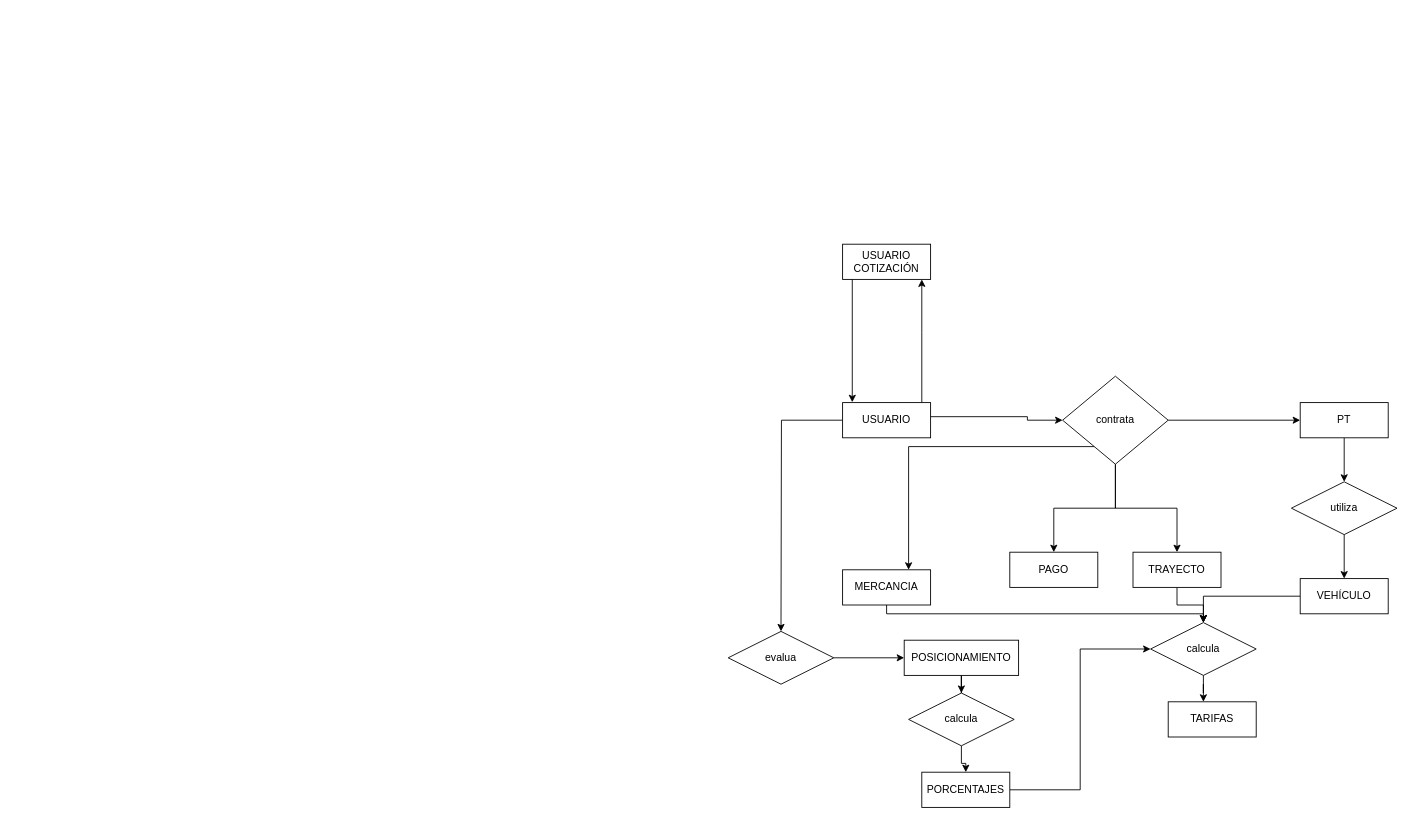
The draw.io diagram Diagrama sin título.drawio in projects-assignments/mudapp-mudanzabiw, before the edit. Source tidied: cells renumbered, new cells numbered last; positions are measured from the earlier drawing's top-left corner, leaving out a move shared by most shapes. Both pictures are drawn from the tidied source at 88%, with x=0, y=0 at pixel (728, 244).
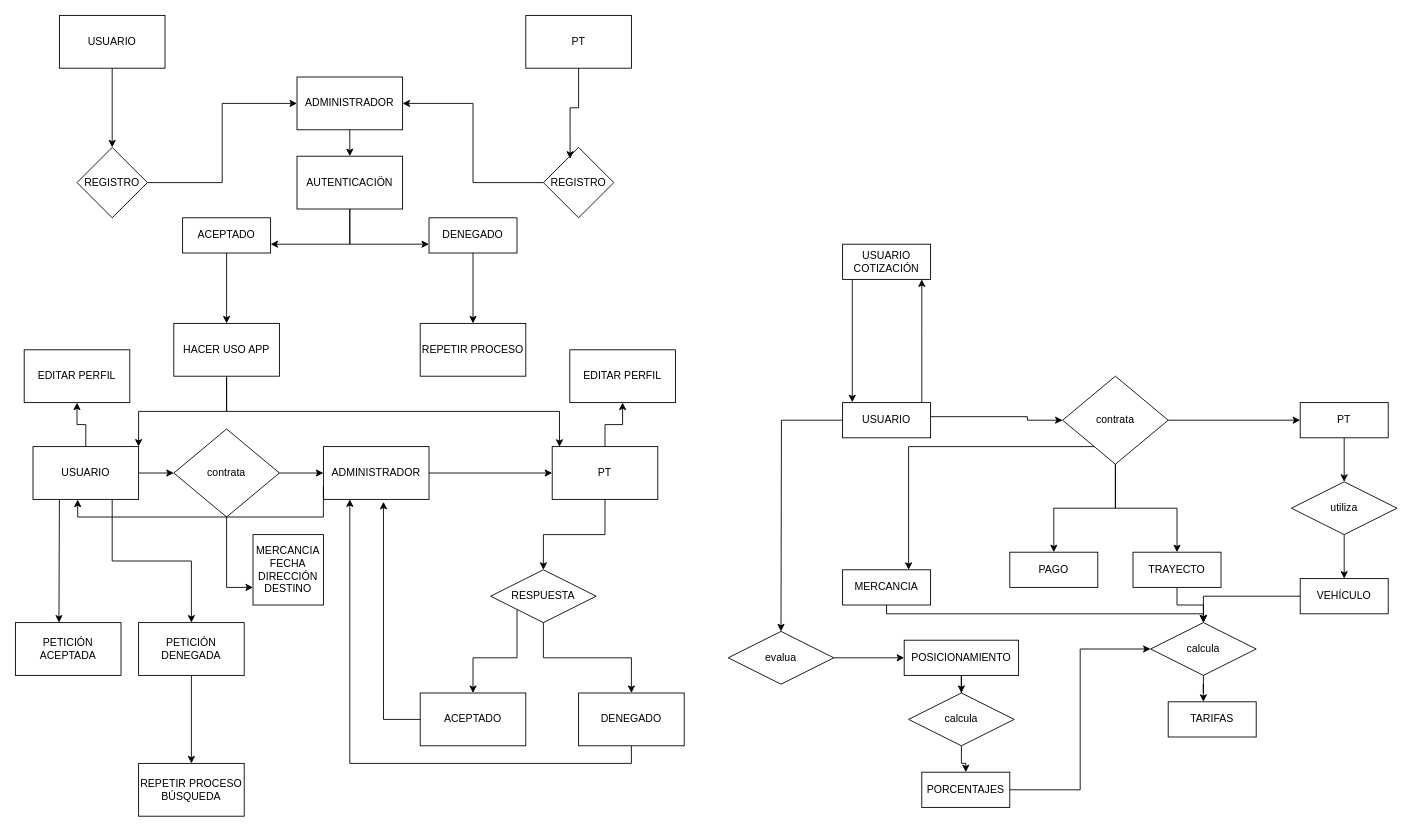
The same diagram, later.

Change to the diagram source:
```diff
@@
+    <mxCell id="35" style="edgeStyle=orthogonalEdgeStyle;rounded=0;jettySize=auto;html=1;exitX=0.5;exitY=1;exitDx=0;exitDy=0;entryX=0.5;entryY=0;entryDx=0;entryDy=0;" parent="1" edge="1" source="36" target="41">
+      <mxGeometry relative="1" as="geometry" />
+    </mxCell>
+    <mxCell id="36" value="USUARIO" style="rounded=0;whiteSpace=wrap;html=1;" parent="1" vertex="1">
+      <mxGeometry x="-760" y="-260" width="120" height="60" as="geometry" />
+    </mxCell>
+    <mxCell id="37" value="PT" style="rounded=0;whiteSpace=wrap;html=1;" parent="1" vertex="1">
+      <mxGeometry x="-230" y="-260" width="120" height="60" as="geometry" />
+    </mxCell>
+    <mxCell id="38" style="edgeStyle=orthogonalEdgeStyle;rounded=0;jettySize=auto;html=1;exitX=0.5;exitY=1;exitDx=0;exitDy=0;entryX=0.5;entryY=0;entryDx=0;entryDy=0;" parent="1" edge="1" source="39" target="44">
+      <mxGeometry relative="1" as="geometry" />
+    </mxCell>
+    <mxCell id="39" value="ADMINISTRADOR" style="rounded=0;whiteSpace=wrap;html=1;" parent="1" vertex="1">
+      <mxGeometry x="-490" y="-190" width="120" height="60" as="geometry" />
+    </mxCell>
+    <mxCell id="40" style="edgeStyle=orthogonalEdgeStyle;rounded=0;jettySize=auto;html=1;exitX=1;exitY=0.5;exitDx=0;exitDy=0;entryX=0;entryY=0.5;entryDx=0;entryDy=0;" parent="1" edge="1" source="41" target="39">
+      <mxGeometry relative="1" as="geometry" />
+    </mxCell>
+    <mxCell id="41" value="REGISTRO" style="rhombus;whiteSpace=wrap;html=1;" parent="1" vertex="1">
+      <mxGeometry x="-740" y="-110" width="80" height="80" as="geometry" />
+    </mxCell>
+    <mxCell id="42" style="edgeStyle=orthogonalEdgeStyle;rounded=0;jettySize=auto;html=1;exitX=0.5;exitY=1;exitDx=0;exitDy=0;entryX=1;entryY=0.75;entryDx=0;entryDy=0;" parent="1" edge="1" source="44" target="46">
+      <mxGeometry relative="1" as="geometry" />
+    </mxCell>
+    <mxCell id="43" style="edgeStyle=orthogonalEdgeStyle;rounded=0;jettySize=auto;html=1;exitX=0.5;exitY=1;exitDx=0;exitDy=0;entryX=0;entryY=0.75;entryDx=0;entryDy=0;" parent="1" edge="1" source="44" target="48">
+      <mxGeometry relative="1" as="geometry" />
+    </mxCell>
+    <mxCell id="44" value="AUTENTICACIÖN" style="rounded=0;whiteSpace=wrap;html=1;" parent="1" vertex="1">
+      <mxGeometry x="-490" y="-100" width="120" height="60" as="geometry" />
+    </mxCell>
+    <mxCell id="45" style="edgeStyle=orthogonalEdgeStyle;rounded=0;jettySize=auto;html=1;exitX=0.5;exitY=1;exitDx=0;exitDy=0;" parent="1" edge="1" source="46" target="54">
+      <mxGeometry relative="1" as="geometry" />
+    </mxCell>
+    <mxCell id="46" value="ACEPTADO" style="whiteSpace=wrap;html=1;align=center;" parent="1" vertex="1">
+      <mxGeometry x="-620" y="-30" width="100" height="40" as="geometry" />
+    </mxCell>
+    <mxCell id="47" style="edgeStyle=orthogonalEdgeStyle;rounded=0;jettySize=auto;html=1;exitX=0.5;exitY=1;exitDx=0;exitDy=0;entryX=0.5;entryY=0;entryDx=0;entryDy=0;" parent="1" edge="1" source="48" target="52">
+      <mxGeometry relative="1" as="geometry" />
+    </mxCell>
+    <mxCell id="48" value="DENEGADO" style="whiteSpace=wrap;html=1;align=center;" parent="1" vertex="1">
+      <mxGeometry x="-340" y="-30" width="100" height="40" as="geometry" />
+    </mxCell>
+    <mxCell id="49" style="edgeStyle=orthogonalEdgeStyle;rounded=0;jettySize=auto;html=1;exitX=0;exitY=0.5;exitDx=0;exitDy=0;entryX=1;entryY=0.5;entryDx=0;entryDy=0;" parent="1" edge="1" source="50" target="39">
+      <mxGeometry relative="1" as="geometry" />
+    </mxCell>
+    <mxCell id="50" value="REGISTRO" style="rhombus;whiteSpace=wrap;html=1;" parent="1" vertex="1">
+      <mxGeometry x="-210" y="-110" width="80" height="80" as="geometry" />
+    </mxCell>
+    <mxCell id="51" style="edgeStyle=orthogonalEdgeStyle;rounded=0;jettySize=auto;html=1;exitX=0.5;exitY=1;exitDx=0;exitDy=0;entryX=0.379;entryY=0.161;entryDx=0;entryDy=0;entryPerimeter=0;" parent="1" edge="1" source="37" target="50">
+      <mxGeometry relative="1" as="geometry" />
+    </mxCell>
+    <mxCell id="52" value="REPETIR PROCESO" style="rounded=0;whiteSpace=wrap;html=1;" parent="1" vertex="1">
+      <mxGeometry x="-350" y="90" width="120" height="60" as="geometry" />
+    </mxCell>
+    <mxCell id="53" style="edgeStyle=orthogonalEdgeStyle;rounded=0;jettySize=auto;html=1;exitX=0.5;exitY=1;exitDx=0;exitDy=0;entryX=1;entryY=0;entryDx=0;entryDy=0;" parent="1" edge="1" source="54" target="67">
+      <mxGeometry relative="1" as="geometry" />
+    </mxCell>
+    <mxCell id="54" value="HACER USO APP" style="rounded=0;whiteSpace=wrap;html=1;" parent="1" vertex="1">
+      <mxGeometry x="-630" y="90" width="120" height="60" as="geometry" />
+    </mxCell>
+    <mxCell id="55" style="edgeStyle=orthogonalEdgeStyle;rounded=0;jettySize=auto;html=1;exitX=1;exitY=0.5;exitDx=0;exitDy=0;entryX=0;entryY=0.5;entryDx=0;entryDy=0;" parent="1" edge="1" source="57" target="59">
+      <mxGeometry relative="1" as="geometry" />
+    </mxCell>
+    <mxCell id="56" style="edgeStyle=orthogonalEdgeStyle;rounded=0;jettySize=auto;html=1;exitX=0.5;exitY=1;exitDx=0;exitDy=0;entryX=0;entryY=0.75;entryDx=0;entryDy=0;" parent="1" edge="1" source="57" target="83">
+      <mxGeometry relative="1" as="geometry" />
+    </mxCell>
+    <mxCell id="57" value="contrata" style="shape=rhombus;perimeter=rhombusPerimeter;whiteSpace=wrap;html=1;align=center;" parent="1" vertex="1">
+      <mxGeometry x="-630" y="210" width="120" height="100" as="geometry" />
+    </mxCell>
+    <mxCell id="58" style="edgeStyle=orthogonalEdgeStyle;rounded=0;jettySize=auto;html=1;exitX=1;exitY=0.5;exitDx=0;exitDy=0;" parent="1" edge="1" source="59" target="62">
+      <mxGeometry relative="1" as="geometry" />
+    </mxCell>
+    <mxCell id="59" value="ADMINISTRADOR" style="rounded=0;whiteSpace=wrap;html=1;" parent="1" vertex="1">
+      <mxGeometry x="-460" y="230" width="120" height="60" as="geometry" />
+    </mxCell>
+    <mxCell id="60" style="edgeStyle=orthogonalEdgeStyle;rounded=0;jettySize=auto;html=1;exitX=0.5;exitY=1;exitDx=0;exitDy=0;entryX=0.5;entryY=0;entryDx=0;entryDy=0;" parent="1" edge="1" source="62" target="70">
+      <mxGeometry relative="1" as="geometry" />
+    </mxCell>
+    <mxCell id="61" style="edgeStyle=orthogonalEdgeStyle;rounded=0;jettySize=auto;html=1;exitX=0.5;exitY=0;exitDx=0;exitDy=0;" parent="1" edge="1" source="62" target="77">
+      <mxGeometry relative="1" as="geometry" />
+    </mxCell>
+    <mxCell id="62" value="PT" style="rounded=0;whiteSpace=wrap;html=1;" parent="1" vertex="1">
+      <mxGeometry x="-200" y="230" width="120" height="60" as="geometry" />
+    </mxCell>
+    <mxCell id="63" style="edgeStyle=orthogonalEdgeStyle;rounded=0;jettySize=auto;html=1;exitX=1;exitY=0.5;exitDx=0;exitDy=0;entryX=0;entryY=0.5;entryDx=0;entryDy=0;" parent="1" edge="1" source="67" target="57">
+      <mxGeometry relative="1" as="geometry" />
+    </mxCell>
+    <mxCell id="64" style="edgeStyle=orthogonalEdgeStyle;rounded=0;jettySize=auto;html=1;exitX=0.25;exitY=1;exitDx=0;exitDy=0;" parent="1" edge="1" source="67">
+      <mxGeometry relative="1" as="geometry">
+        <mxPoint x="-760.5" y="430" as="targetPoint" />
+      </mxGeometry>
+    </mxCell>
+    <mxCell id="65" style="edgeStyle=orthogonalEdgeStyle;rounded=0;jettySize=auto;html=1;exitX=0.5;exitY=0;exitDx=0;exitDy=0;" parent="1" edge="1" source="67" target="76">
+      <mxGeometry relative="1" as="geometry" />
+    </mxCell>
+    <mxCell id="66" style="edgeStyle=orthogonalEdgeStyle;rounded=0;jettySize=auto;html=1;exitX=0.75;exitY=1;exitDx=0;exitDy=0;" parent="1" edge="1" source="67" target="80">
+      <mxGeometry relative="1" as="geometry" />
+    </mxCell>
+    <mxCell id="67" value="USUARIO" style="rounded=0;whiteSpace=wrap;html=1;" parent="1" vertex="1">
+      <mxGeometry x="-790" y="230" width="120" height="60" as="geometry" />
+    </mxCell>
+    <mxCell id="68" style="edgeStyle=orthogonalEdgeStyle;rounded=0;jettySize=auto;html=1;exitX=0.5;exitY=1;exitDx=0;exitDy=0;" parent="1" edge="1" source="70" target="72">
+      <mxGeometry relative="1" as="geometry" />
+    </mxCell>
+    <mxCell id="69" style="edgeStyle=orthogonalEdgeStyle;rounded=0;jettySize=auto;html=1;exitX=0;exitY=1;exitDx=0;exitDy=0;entryX=0.5;entryY=0;entryDx=0;entryDy=0;" parent="1" edge="1" source="70" target="73">
+      <mxGeometry relative="1" as="geometry" />
+    </mxCell>
+    <mxCell id="70" value="RESPUESTA" style="shape=rhombus;perimeter=rhombusPerimeter;whiteSpace=wrap;html=1;align=center;" parent="1" vertex="1">
+      <mxGeometry x="-270" y="370" width="120" height="60" as="geometry" />
+    </mxCell>
+    <mxCell id="71" style="edgeStyle=orthogonalEdgeStyle;rounded=0;jettySize=auto;html=1;exitX=0.5;exitY=1;exitDx=0;exitDy=0;entryX=0.25;entryY=1;entryDx=0;entryDy=0;" parent="1" edge="1" source="72" target="59">
+      <mxGeometry relative="1" as="geometry" />
+    </mxCell>
+    <mxCell id="72" value="DENEGADO" style="rounded=0;whiteSpace=wrap;html=1;" parent="1" vertex="1">
+      <mxGeometry x="-170" y="510" width="120" height="60" as="geometry" />
+    </mxCell>
+    <mxCell id="73" value="ACEPTADO" style="rounded=0;whiteSpace=wrap;html=1;" parent="1" vertex="1">
+      <mxGeometry x="-350" y="510" width="120" height="60" as="geometry" />
+    </mxCell>
+    <mxCell id="74" style="edgeStyle=orthogonalEdgeStyle;rounded=0;jettySize=auto;html=1;exitX=0;exitY=0.5;exitDx=0;exitDy=0;entryX=0.569;entryY=1.046;entryDx=0;entryDy=0;entryPerimeter=0;" parent="1" edge="1" source="73" target="59">
+      <mxGeometry relative="1" as="geometry" />
+    </mxCell>
+    <mxCell id="75" style="edgeStyle=orthogonalEdgeStyle;rounded=0;jettySize=auto;html=1;exitX=0;exitY=0.75;exitDx=0;exitDy=0;entryX=0.423;entryY=1.004;entryDx=0;entryDy=0;entryPerimeter=0;" parent="1" edge="1" source="59" target="67">
+      <mxGeometry relative="1" as="geometry">
+        <Array as="points">
+          <mxPoint x="-460" y="310" />
+          <mxPoint x="-739" y="310" />
+        </Array>
+      </mxGeometry>
+    </mxCell>
+    <mxCell id="76" value="EDITAR PERFIL" style="rounded=0;whiteSpace=wrap;html=1;" parent="1" vertex="1">
+      <mxGeometry x="-800" y="120" width="120" height="60" as="geometry" />
+    </mxCell>
+    <mxCell id="77" value="EDITAR PERFIL" style="rounded=0;whiteSpace=wrap;html=1;" parent="1" vertex="1">
+      <mxGeometry x="-180" y="120" width="120" height="60" as="geometry" />
+    </mxCell>
+    <mxCell id="78" value="PETICIÓN ACEPTADA" style="rounded=0;whiteSpace=wrap;html=1;" parent="1" vertex="1">
+      <mxGeometry x="-810" y="430" width="120" height="60" as="geometry" />
+    </mxCell>
+    <mxCell id="79" style="edgeStyle=orthogonalEdgeStyle;rounded=0;jettySize=auto;html=1;exitX=0.5;exitY=1;exitDx=0;exitDy=0;entryX=0.5;entryY=0;entryDx=0;entryDy=0;" parent="1" edge="1" source="80" target="81">
+      <mxGeometry relative="1" as="geometry" />
+    </mxCell>
+    <mxCell id="80" value="PETICIÓN DENEGADA" style="rounded=0;whiteSpace=wrap;html=1;" parent="1" vertex="1">
+      <mxGeometry x="-670" y="430" width="120" height="60" as="geometry" />
+    </mxCell>
+    <mxCell id="81" value="REPETIR PROCESO BÚSQUEDA" style="rounded=0;whiteSpace=wrap;html=1;" parent="1" vertex="1">
+      <mxGeometry x="-670" y="590" width="120" height="60" as="geometry" />
+    </mxCell>
+    <mxCell id="82" style="edgeStyle=orthogonalEdgeStyle;rounded=0;jettySize=auto;html=1;exitX=0.5;exitY=1;exitDx=0;exitDy=0;entryX=0.069;entryY=0.004;entryDx=0;entryDy=0;entryPerimeter=0;" parent="1" edge="1" source="54" target="62">
+      <mxGeometry relative="1" as="geometry" />
+    </mxCell>
+    <mxCell id="83" value="MERCANCIA&lt;br&gt;FECHA&lt;br&gt;DIRECCIÓN&lt;br&gt;DESTINO" style="whiteSpace=wrap;html=1;" parent="1" vertex="1">
+      <mxGeometry x="-540" y="330" width="80" height="80" as="geometry" />
+    </mxCell>
```
